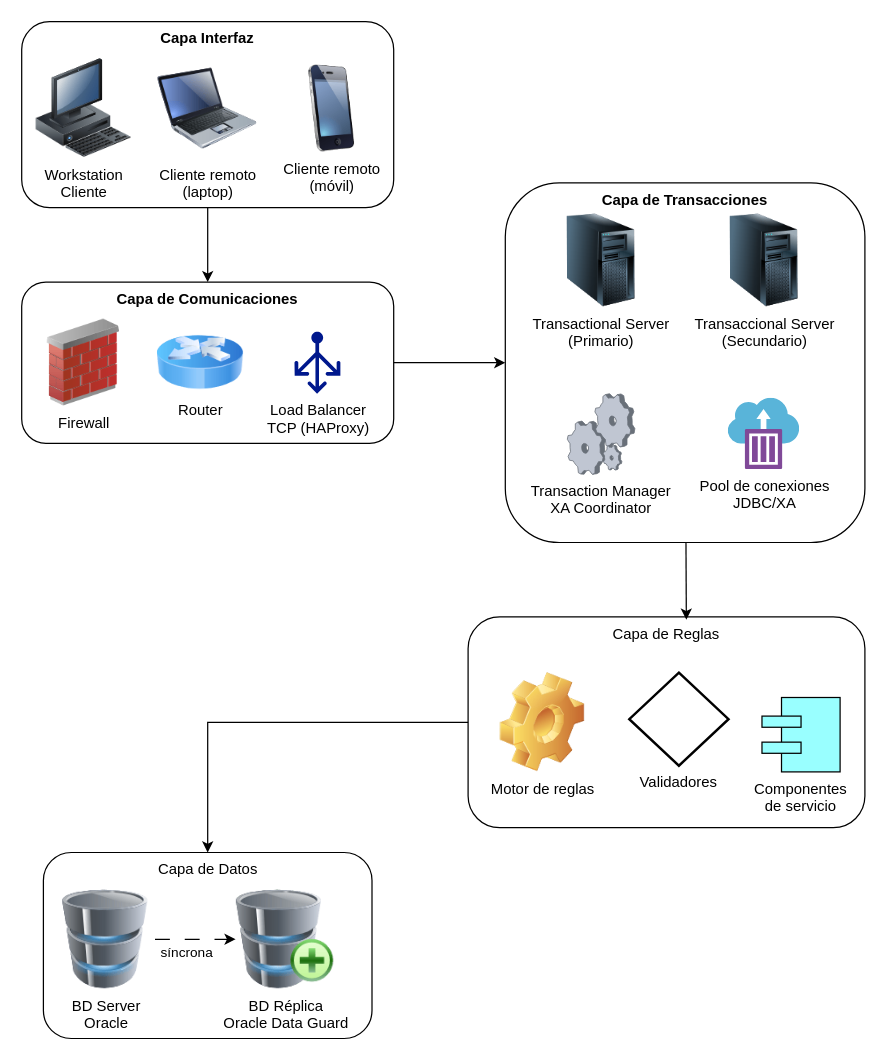
The draw.io diagram docs/TP3-Diagrama.drawio in linkstat/dabd, before the edit. Source tidied: cells renumbered, new cells numbered last; positions are measured from the earlier drawing's top-left corner, leaving out a move shared by most shapes. Both pictures are drawn from the tidied source at 124%, with x=0, y=0 at pixel (21, 21).
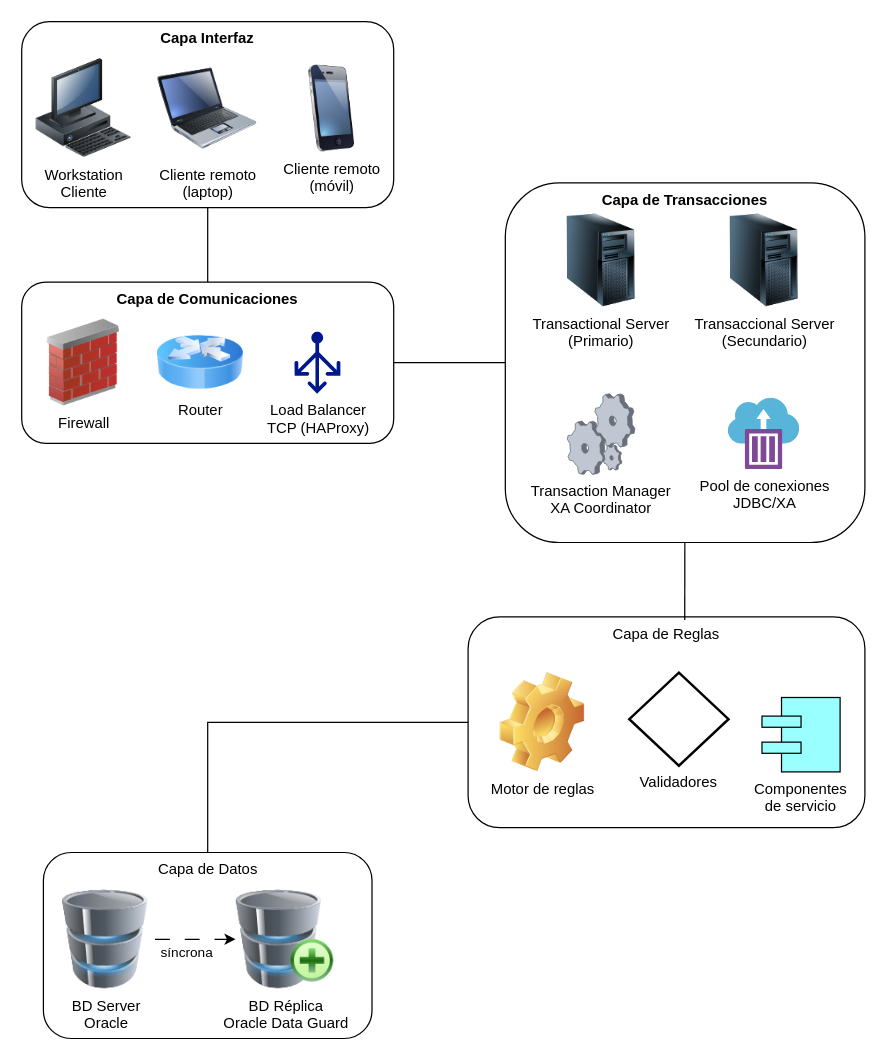
The same page after the edit.

Unchanged cells that the change refers to:
```xml
<mxCell id="3" value="Capa de Reglas" style="rounded=1;whiteSpace=wrap;html=1;verticalAlign=top;labelBackgroundColor=none;" parent="2" vertex="1">
  <mxGeometry width="320" height="170" as="geometry" />
</mxCell>
<mxCell id="8" value="&lt;b&gt;Capa Interfaz&lt;/b&gt;" style="rounded=1;whiteSpace=wrap;html=1;verticalAlign=top;labelBackgroundColor=none;" parent="7" vertex="1">
  <mxGeometry width="300" height="150" as="geometry" />
</mxCell>
<mxCell id="13" value="&lt;b&gt;Capa de Comunicaciones&lt;/b&gt;" style="rounded=1;whiteSpace=wrap;html=1;verticalAlign=top;align=center;labelBackgroundColor=none;" parent="12" vertex="1">
  <mxGeometry width="300" height="130" as="geometry" />
</mxCell>
<mxCell id="20" value="Capa de Datos" style="rounded=1;whiteSpace=wrap;html=1;verticalAlign=top;labelBackgroundColor=none;" parent="19" vertex="1">
  <mxGeometry width="265" height="150" as="geometry" />
</mxCell>
<mxCell id="26" value="&lt;b&gt;Capa de Transacciones&lt;/b&gt;" style="rounded=1;whiteSpace=wrap;html=1;verticalAlign=top;labelBackgroundColor=none;" parent="25" vertex="1">
  <mxGeometry width="290" height="290" as="geometry" />
</mxCell>
```

Change to the diagram source:
```diff
@@
-    <mxCell id="17" style="rounded=0;jettySize=auto;html=1;" parent="1" edge="1" source="13" target="26">
+    <mxCell id="17" style="rounded=0;jettySize=auto;html=1;endArrow=none;startFill=0;" parent="1" edge="1" source="13" target="26">
       <mxGeometry relative="1" as="geometry" />
     </mxCell>
-    <mxCell id="18" style="edgeStyle=orthogonalEdgeStyle;rounded=0;jettySize=auto;html=1;entryX=0.5;entryY=0;entryDx=0;entryDy=0;" parent="1" edge="1" source="3" target="20">
+    <mxCell id="18" style="edgeStyle=orthogonalEdgeStyle;rounded=0;jettySize=auto;html=1;entryX=0.5;entryY=0;entryDx=0;entryDy=0;endArrow=none;startFill=0;" parent="1" edge="1" source="3" target="20">
       <mxGeometry relative="1" as="geometry" />
     </mxCell>
@@
-    <mxCell id="31" style="edgeStyle=orthogonalEdgeStyle;rounded=0;jettySize=auto;html=1;entryX=0.5;entryY=0;entryDx=0;entryDy=0;" parent="1" edge="1" source="8" target="13">
+    <mxCell id="31" style="edgeStyle=orthogonalEdgeStyle;rounded=0;jettySize=auto;html=1;entryX=0.5;entryY=0;entryDx=0;entryDy=0;endArrow=none;startFill=0;" parent="1" edge="1" source="8" target="13">
       <mxGeometry relative="1" as="geometry" />
     </mxCell>
-    <mxCell id="32" style="rounded=0;jettySize=auto;html=1;entryX=0.55;entryY=0.013;entryDx=0;entryDy=0;entryPerimeter=0;" parent="1" edge="1" source="26" target="3">
+    <mxCell id="32" style="rounded=0;jettySize=auto;html=1;entryX=0.546;entryY=0.015;entryDx=0;entryDy=0;entryPerimeter=0;endArrow=none;startFill=0;" parent="1" edge="1" source="26" target="3">
       <mxGeometry relative="1" as="geometry" />
     </mxCell>
```
